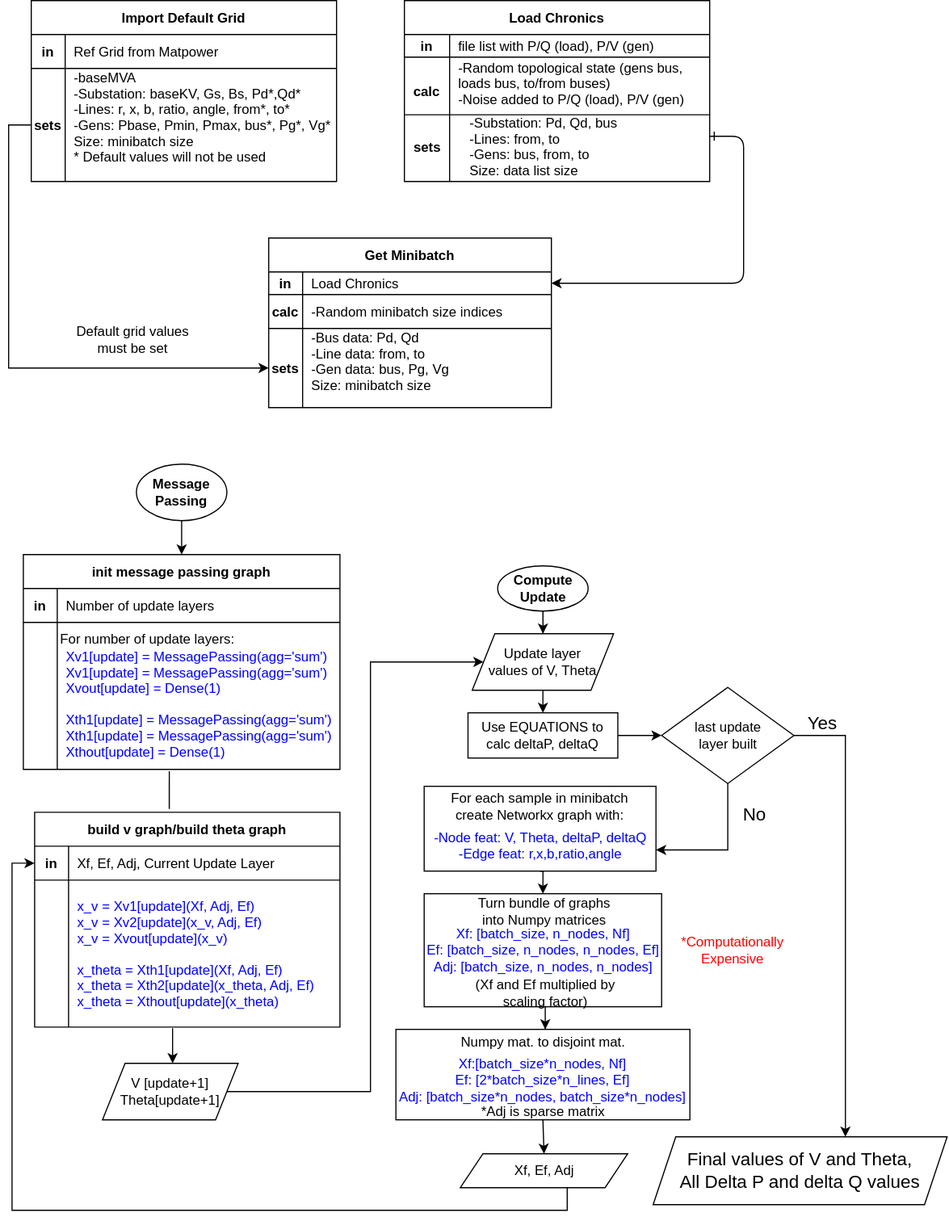
Before: PFdiagrams.svg, a diagram exported from draw.io (tanushBee/RLC1). Source tidied: cells renumbered, new cells last; positions are measured from the earlier drawing's top-left corner, leaving out a move shared by most shapes.
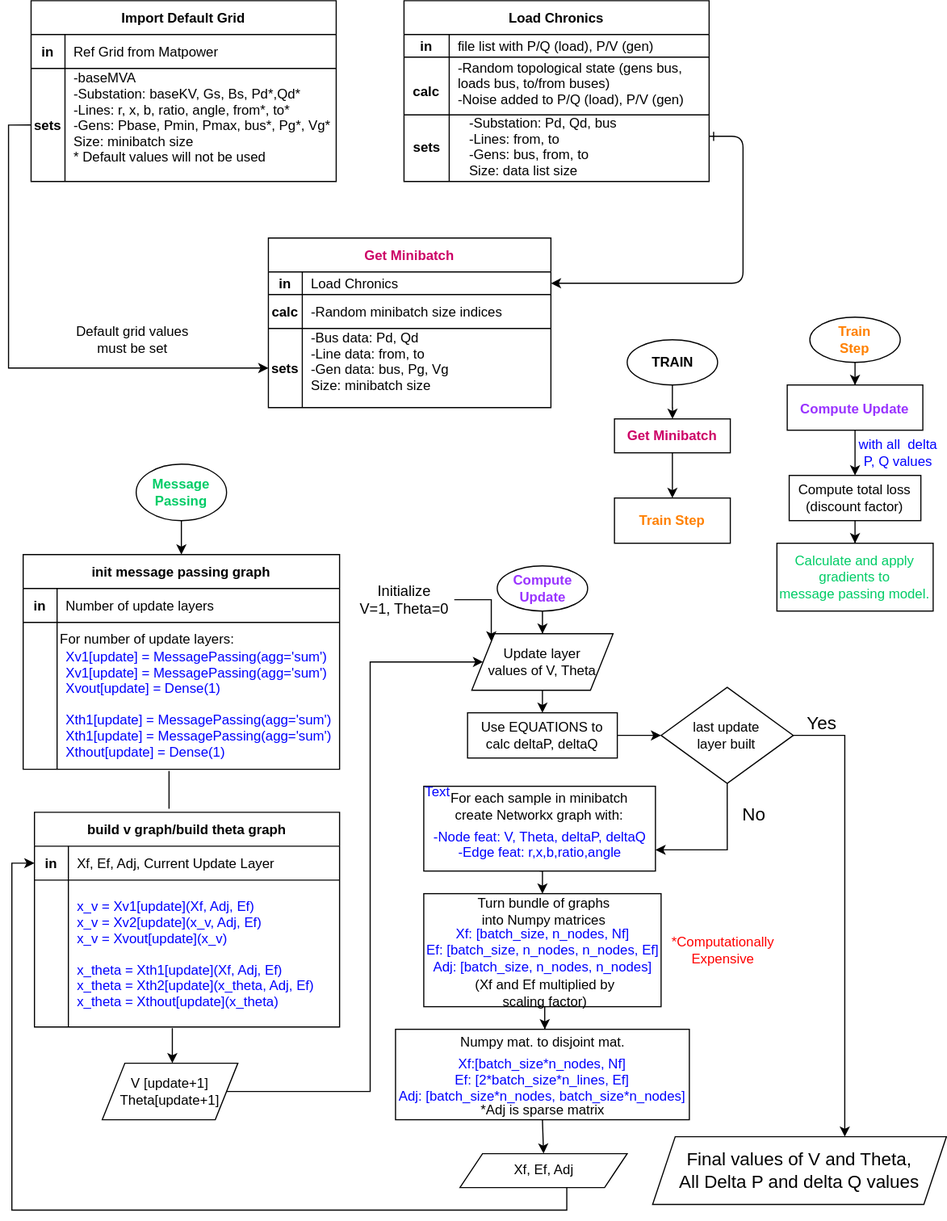
Later version of the same file.

What changed in the source:
```diff
@@ -45,7 +45,7 @@
         <mxPoint x="477" y="290" as="targetPoint" />
       </mxGeometry>
     </mxCell>
-    <mxCell id="14" value="Get Minibatch" style="shape=table;startSize=30;rowLines=0;fontStyle=1;align=center;" parent="1" vertex="1">
+    <mxCell id="14" value="Get Minibatch" style="shape=table;startSize=30;rowLines=0;fontStyle=1;align=center;fontColor=#CC0066;" parent="1" vertex="1">
       <mxGeometry x="227" y="210" width="250" height="150" as="geometry" />
     </mxCell>
     <mxCell id="15" style="shape=partialRectangle;fillColor=none;points=[[0,0.5],[1,0.5]];portConstraint=eastwest;top=0;left=0;right=0;bottom=1;" parent="14" vertex="1">
@@ -105,7 +105,7 @@
     <mxCell id="33" style="edgeStyle=orthogonalEdgeStyle;rounded=0;jettySize=auto;html=1;endArrow=classic;endFill=1;" parent="1" edge="1" source="34" target="36">
       <mxGeometry relative="1" as="geometry" />
     </mxCell>
-    <mxCell id="34" value="&lt;div&gt;&lt;b&gt;Compute&lt;/b&gt;&lt;/div&gt;&lt;div&gt;&lt;b&gt;Update&lt;br&gt;&lt;/b&gt;&lt;/div&gt;" style="ellipse;whiteSpace=wrap;html=1;" parent="1" vertex="1">
+    <mxCell id="34" value="&lt;div&gt;&lt;b&gt;Compute&lt;/b&gt;&lt;/div&gt;&lt;div&gt;&lt;b&gt;Update&lt;br&gt;&lt;/b&gt;&lt;/div&gt;" style="ellipse;whiteSpace=wrap;html=1;fontColor=#9933FF;" parent="1" vertex="1">
       <mxGeometry x="429.5" y="500" width="80" height="40" as="geometry" />
     </mxCell>
     <mxCell id="35" style="edgeStyle=orthogonalEdgeStyle;rounded=0;jettySize=auto;html=1;exitX=0.5;exitY=1;exitDx=0;exitDy=0;entryX=0.5;entryY=0;entryDx=0;entryDy=0;endArrow=classic;endFill=1;" parent="1" edge="1" source="36" target="38">
@@ -142,7 +142,7 @@
       <mxGeometry x="391.5" y="866" width="160" height="24" as="geometry" />
     </mxCell>
     <mxCell id="46" value="&lt;div&gt;*Computationally&lt;/div&gt;&lt;div&gt;Expensive&lt;br&gt;&lt;/div&gt;" style="text;html=1;align=center;verticalAlign=middle;fontColor=#FF0000;" parent="1" vertex="1">
-      <mxGeometry x="581.5" y="825" width="110" height="30" as="geometry" />
+      <mxGeometry x="573.5" y="825" width="110" height="30" as="geometry" />
     </mxCell>
     <mxCell id="47" value="&lt;div&gt;Numpy mat. to disjoint mat.&lt;/div&gt;&lt;div&gt;&lt;br&gt;&lt;/div&gt;&lt;div&gt;&lt;br&gt;&lt;/div&gt;&lt;div&gt;&lt;br&gt;&lt;/div&gt;&lt;div&gt;&lt;br&gt;&lt;/div&gt;" style="rounded=0;whiteSpace=wrap;html=1;" parent="1" vertex="1">
       <mxGeometry x="339.5" y="910" width="260" height="80" as="geometry" />
@@ -171,7 +171,7 @@
     <mxCell id="53" style="edgeStyle=orthogonalEdgeStyle;rounded=0;jettySize=auto;html=1;endArrow=classic;endFill=1;fontColor=#000000;" parent="1" edge="1" source="54" target="59">
       <mxGeometry relative="1" as="geometry" />
     </mxCell>
-    <mxCell id="54" value="&lt;div&gt;Message &lt;br&gt;&lt;/div&gt;&lt;div&gt;Passing&lt;br&gt;&lt;/div&gt;" style="ellipse;whiteSpace=wrap;html=1;fontColor=#000000;fontStyle=1;" parent="1" vertex="1">
+    <mxCell id="54" value="&lt;div&gt;Message &lt;br&gt;&lt;/div&gt;&lt;div&gt;Passing&lt;br&gt;&lt;/div&gt;" style="ellipse;whiteSpace=wrap;html=1;fontStyle=1;fontColor=#00CC66;" parent="1" vertex="1">
       <mxGeometry x="110" y="410" width="80" height="50" as="geometry" />
     </mxCell>
     <mxCell id="55" style="edgeStyle=orthogonalEdgeStyle;rounded=0;jettySize=auto;html=1;entryX=0;entryY=0.5;entryDx=0;entryDy=0;endArrow=classic;endFill=1;fontColor=#000000;" parent="1" edge="1" source="56" target="36">
@@ -265,5 +265,53 @@
     <mxCell id="79" value="Yes" style="text;html=1;strokeColor=none;fillColor=none;align=center;verticalAlign=middle;whiteSpace=wrap;rounded=0;fontSize=16;fontColor=#000000;" parent="1" vertex="1">
       <mxGeometry x="697" y="629" width="40" height="20" as="geometry" />
     </mxCell>
+    <mxCell id="80" style="edgeStyle=orthogonalEdgeStyle;rounded=0;jettySize=auto;html=1;endArrow=classic;endFill=1;fontSize=12;fontColor=#FF0000;entryX=0.5;entryY=0;entryDx=0;entryDy=0;" parent="1" edge="1" source="81" target="83">
+      <mxGeometry relative="1" as="geometry" />
+    </mxCell>
+    <mxCell id="81" value="&lt;div&gt;&lt;b&gt;Train&lt;/b&gt;&lt;/div&gt;&lt;div&gt;&lt;b&gt;Step&lt;br&gt;&lt;/b&gt;&lt;/div&gt;" style="ellipse;whiteSpace=wrap;html=1;fontColor=#FF8000;" parent="1" vertex="1">
+      <mxGeometry x="706.1" y="280" width="80" height="40" as="geometry" />
+    </mxCell>
+    <mxCell id="82" style="edgeStyle=orthogonalEdgeStyle;rounded=0;jettySize=auto;html=1;endArrow=classic;endFill=1;fontSize=12;fontColor=#000000;" parent="1" edge="1" source="83" target="85">
+      <mxGeometry relative="1" as="geometry" />
+    </mxCell>
+    <mxCell id="83" value="&lt;font style=&quot;font-size: 12px&quot;&gt;Compute Update&lt;/font&gt;" style="rounded=0;whiteSpace=wrap;html=1;fontSize=16;fontStyle=1;fontColor=#9933FF;" parent="1" vertex="1">
+      <mxGeometry x="686.1" y="340" width="120" height="40" as="geometry" />
+    </mxCell>
+    <mxCell id="84" style="edgeStyle=orthogonalEdgeStyle;rounded=0;jettySize=auto;html=1;endArrow=classic;endFill=1;fontSize=12;fontColor=#000000;" parent="1" edge="1" source="85" target="87">
+      <mxGeometry relative="1" as="geometry" />
+    </mxCell>
+    <mxCell id="85" value="&lt;div&gt;Compute total loss&lt;/div&gt;&lt;div&gt;(discount factor)&lt;br&gt;&lt;/div&gt;" style="rounded=0;whiteSpace=wrap;html=1;fontSize=12;fontColor=#000000;" parent="1" vertex="1">
+      <mxGeometry x="687.9" y="420" width="116.5" height="40" as="geometry" />
+    </mxCell>
+    <mxCell id="86" value="&lt;div&gt;with all&amp;nbsp; delta P, Q values&lt;br&gt;&lt;/div&gt;" style="text;html=1;strokeColor=none;fillColor=none;align=center;verticalAlign=middle;whiteSpace=wrap;rounded=0;fontSize=12;fontColor=#0000FF;" parent="1" vertex="1">
+      <mxGeometry x="746.1" y="390" width="76.5" height="20" as="geometry" />
+    </mxCell>
+    <mxCell id="87" value="&lt;div&gt;Calculate and apply gradients to&lt;/div&gt;&lt;div&gt;message passing model.&lt;br&gt;&lt;/div&gt;" style="rounded=0;whiteSpace=wrap;html=1;fontSize=12;fontColor=#00CC66;" parent="1" vertex="1">
+      <mxGeometry x="677" y="480" width="138.2" height="60" as="geometry" />
+    </mxCell>
+    <mxCell id="88" style="edgeStyle=orthogonalEdgeStyle;rounded=0;jettySize=auto;html=1;endArrow=classic;endFill=1;fontSize=12;fontColor=#000000;" parent="1" edge="1" source="89" target="91">
+      <mxGeometry relative="1" as="geometry" />
+    </mxCell>
+    <mxCell id="89" value="TRAIN" style="ellipse;whiteSpace=wrap;html=1;fontStyle=1;" parent="1" vertex="1">
+      <mxGeometry x="544.5" y="300" width="80" height="40" as="geometry" />
+    </mxCell>
+    <mxCell id="90" style="edgeStyle=orthogonalEdgeStyle;rounded=0;jettySize=auto;html=1;endArrow=classic;endFill=1;fontSize=12;fontColor=#000000;" parent="1" edge="1" source="91" target="92">
+      <mxGeometry relative="1" as="geometry" />
+    </mxCell>
+    <mxCell id="91" value="&lt;b&gt;Get Minibatch&lt;/b&gt;" style="whiteSpace=wrap;html=1;fontColor=#CC0066;" parent="1" vertex="1">
+      <mxGeometry x="533.2" y="370" width="102.5" height="30" as="geometry" />
+    </mxCell>
+    <mxCell id="92" value="&lt;b&gt;Train Step&lt;/b&gt;" style="whiteSpace=wrap;html=1;fontColor=#FF8000;" parent="1" vertex="1">
+      <mxGeometry x="533.2" y="440" width="102.5" height="40" as="geometry" />
+    </mxCell>
+    <mxCell id="93" value="Text" style="text;html=1;strokeColor=none;fillColor=none;align=center;verticalAlign=middle;whiteSpace=wrap;rounded=0;fontSize=12;fontColor=#0000FF;" parent="1" vertex="1">
+      <mxGeometry x="357" y="690" width="40" height="20" as="geometry" />
+    </mxCell>
+    <mxCell id="94" style="edgeStyle=orthogonalEdgeStyle;rounded=0;jettySize=auto;html=1;entryX=0;entryY=0;entryDx=0;entryDy=0;endArrow=classic;endFill=1;fontSize=12;fontColor=#0000FF;" parent="1" edge="1" source="95" target="36">
+      <mxGeometry relative="1" as="geometry" />
+    </mxCell>
+    <mxCell id="95" value="&lt;div&gt;Initialize&lt;/div&gt;&lt;div&gt;V=1, Theta=0&lt;br&gt;&lt;/div&gt;" style="text;html=1;align=center;verticalAlign=middle;points=[];fontSize=13;" parent="1" vertex="1">
+      <mxGeometry x="301.5" y="510" width="90" height="40" as="geometry" />
+    </mxCell>
   </root>
 </mxGraphModel>
```
